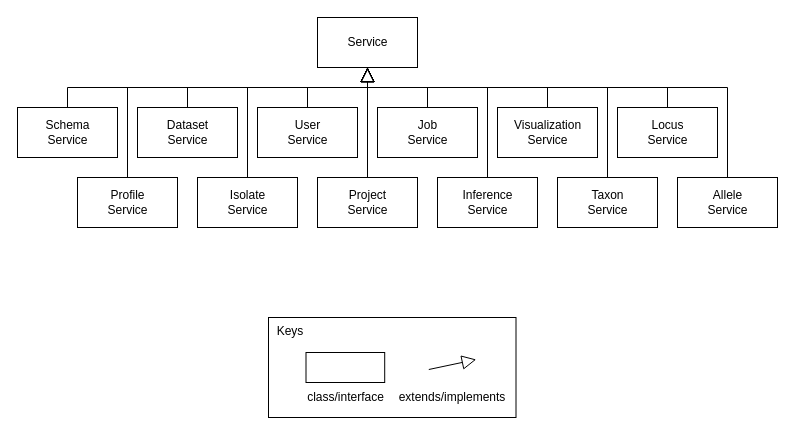
Above: wiki/draw.io/phylodb/generalization-services.drawio in phyloviz/phyloDB (draw.io), before the change. Source tidied: cells renumbered, new cells numbered last; positions are measured from the earlier drawing's top-left corner, leaving out a move shared by most shapes. Both pictures are drawn from the tidied source at 100%, with x=0, y=0 at pixel (17, 17).
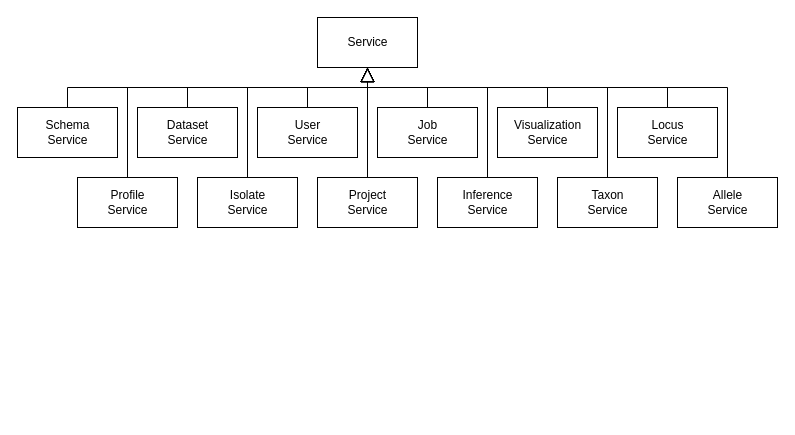
After the change.

The edit, as a diff of the source:
```diff
@@
-    <mxCell id="27" style="group;" parent="1" vertex="1">
-      <mxGeometry x="251" y="300" width="247.5" height="100" as="geometry" />
-    </mxCell>
-    <mxCell id="28" value="&amp;nbsp; Keys" style="rounded=0;whiteSpace=wrap;html=1;align=left;verticalAlign=top;" parent="27" vertex="1">
-      <mxGeometry width="247.5" height="100" as="geometry" />
-    </mxCell>
-    <mxCell id="29" style="endArrow=block;html=1;exitX=1;exitY=0.5;exitDx=0;exitDy=0;startArrow=none;startFill=0;endFill=0;endSize=12;" parent="27" edge="1">
-      <mxGeometry relative="1" as="geometry">
-        <mxPoint x="160.3" y="52" as="sourcePoint" />
-        <mxPoint x="207.7" y="42" as="targetPoint" />
-      </mxGeometry>
-    </mxCell>
-    <mxCell id="30" value="extends/implements" style="text;html=1;strokeColor=none;fillColor=none;align=center;verticalAlign=middle;whiteSpace=wrap;rounded=0;" parent="27" vertex="1">
-      <mxGeometry x="139" y="70" width="89.5" height="20" as="geometry" />
-    </mxCell>
-    <mxCell id="31" value="class/interface" style="text;html=1;strokeColor=none;fillColor=none;align=center;verticalAlign=middle;whiteSpace=wrap;rounded=0;" parent="27" vertex="1">
-      <mxGeometry x="45.5" y="70" width="62.7" height="20" as="geometry" />
-    </mxCell>
-    <mxCell id="32" style="rounded=0;whiteSpace=wrap;html=1;" parent="27" vertex="1">
-      <mxGeometry x="37.5" y="35" width="78.7" height="30" as="geometry" />
-    </mxCell>
```
